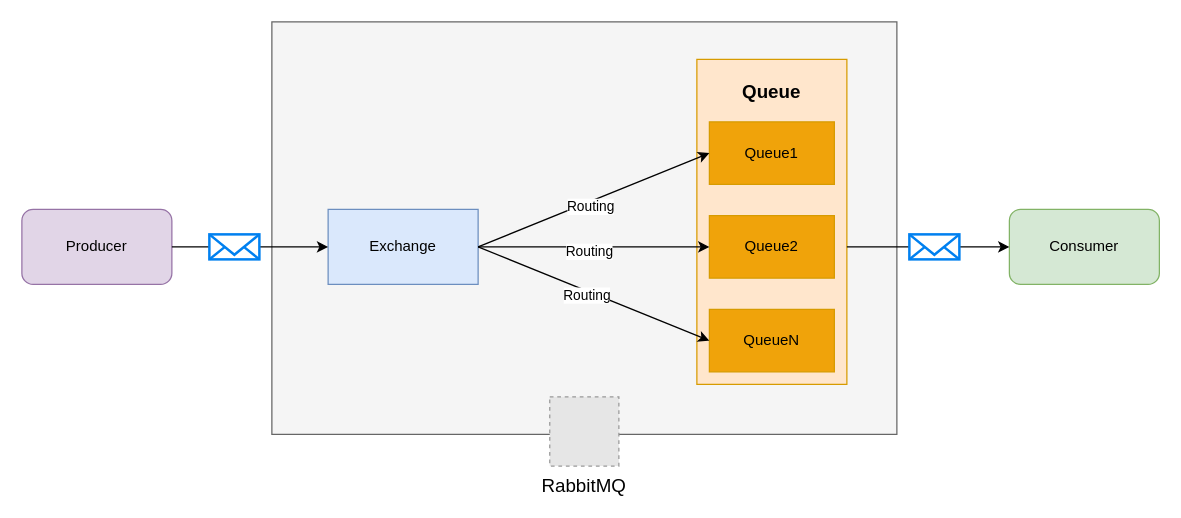
TreeStone94/drawio keeps this draw.io diagram as architecture/rabbitmq.drawio. Above is the earlier version. Source tidied: cells renumbered, new cells numbered last; positions are measured from the earlier drawing's top-left corner, leaving out a move shared by most shapes. Both pictures are drawn from the tidied source at 125%, with x=0, y=0 at pixel (21, 21). Pictures stored in the file or linked from it are replaced by grey dashed boxes.
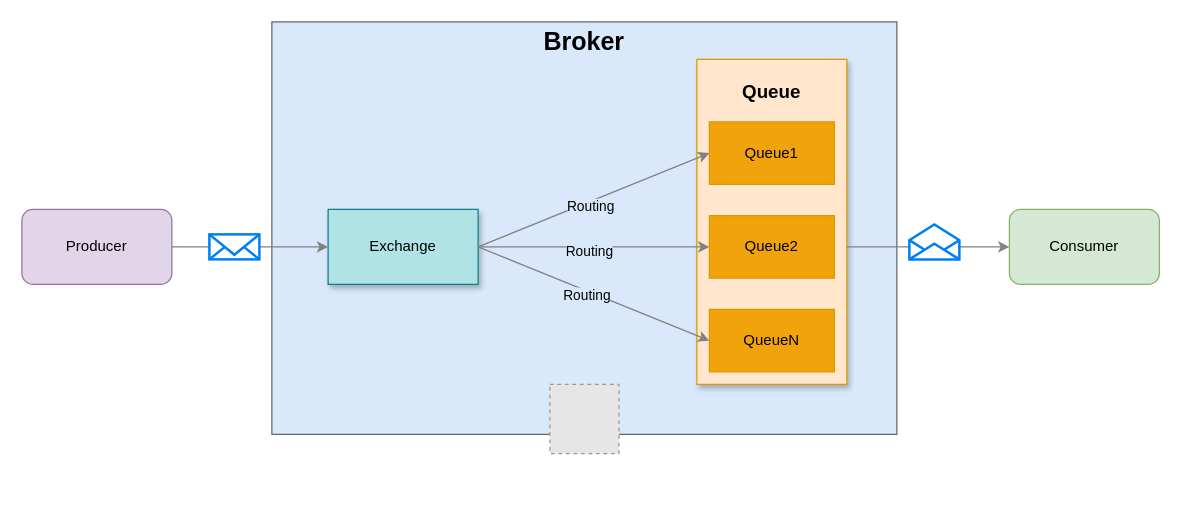
The same diagram, later.

Unchanged cells that the change refers to:
```xml
<mxCell id="4" value="Producer" style="rounded=1;whiteSpace=wrap;html=1;fillColor=#e1d5e7;strokeColor=#9673a6;" parent="1" vertex="1">
  <mxGeometry y="150" width="120" height="60" as="geometry" />
</mxCell>
<mxCell id="5" value="Consumer" style="rounded=1;whiteSpace=wrap;html=1;fillColor=#d5e8d4;strokeColor=#82b366;" parent="1" vertex="1">
  <mxGeometry x="790" y="150" width="120" height="60" as="geometry" />
</mxCell>
<mxCell id="8" value="Queue1" style="rounded=0;whiteSpace=wrap;html=1;verticalAlign=middle;fillColor=#F0A30A;strokeColor=#d79b00;" parent="1" vertex="1">
  <mxGeometry x="550" y="80" width="100" height="50" as="geometry" />
</mxCell>
<mxCell id="9" value="Queue2" style="rounded=0;whiteSpace=wrap;html=1;verticalAlign=middle;fillColor=#F0A30A;strokeColor=#D79B00;" parent="1" vertex="1">
  <mxGeometry x="550" y="155" width="100" height="50" as="geometry" />
</mxCell>
<mxCell id="10" value="QueueN" style="rounded=0;whiteSpace=wrap;html=1;verticalAlign=middle;fillColor=#F0A30A;strokeColor=#D79B00;" parent="1" vertex="1">
  <mxGeometry x="550" y="230" width="100" height="50" as="geometry" />
</mxCell>
```

Diff of the diagram source:
```diff
@@
-    <mxCell id="2" style="rounded=0;whiteSpace=wrap;html=1;fillColor=#f5f5f5;strokeColor=#666666;fontColor=#333333;" parent="1" vertex="1">
+    <mxCell id="2" style="rounded=0;whiteSpace=wrap;html=1;fillColor=#DAE8FC;strokeColor=#666666;fontColor=#333333;" parent="1" vertex="1">
       <mxGeometry x="200" width="500" height="330" as="geometry" />
     </mxCell>
-    <mxCell id="3" value="RabbitMQ" style="fillColor=#E6E6E6;strokeColor=#999999;dashed=1;verticalLabelPosition=bottom;labelBackgroundColor=#ffffff;verticalAlign=top;fontSize=15;" parent="1" vertex="1">
-      <mxGeometry x="422.3" y="300" width="55.3" height="55.3" as="geometry" />
+    <mxCell id="3" style="fillColor=#E6E6E6;strokeColor=#999999;dashed=1;verticalLabelPosition=bottom;labelBackgroundColor=#ffffff;verticalAlign=top;fontSize=15;labelPosition=center;align=center;" parent="1" vertex="1">
+      <mxGeometry x="422.4" y="290" width="55.3" height="55.3" as="geometry" />
     </mxCell>
@@
-    <mxCell id="6" value="Exchange" style="rounded=0;whiteSpace=wrap;html=1;fillColor=#dae8fc;strokeColor=#6c8ebf;" parent="1" vertex="1">
+    <mxCell id="6" value="Exchange" style="rounded=0;whiteSpace=wrap;html=1;fillColor=#b0e3e6;strokeColor=#0e8088;gradientColor=none;shadow=1;" parent="1" vertex="1">
       <mxGeometry x="245" y="150" width="120" height="60" as="geometry" />
     </mxCell>
-    <mxCell id="7" style="rounded=0;whiteSpace=wrap;html=1;fillColor=#FFE6CC;strokeColor=#d79b00;" parent="1" vertex="1">
+    <mxCell id="7" style="rounded=0;whiteSpace=wrap;html=1;fillColor=#FFE6CC;strokeColor=#d79b00;shadow=1;" parent="1" vertex="1">
       <mxGeometry x="540" y="30" width="120" height="260" as="geometry" />
     </mxCell>
@@
-    <mxCell id="12" style="endArrow=classic;html=1;rounded=0;exitX=1;exitY=0.5;exitDx=0;exitDy=0;entryX=0;entryY=0.5;entryDx=0;entryDy=0;" parent="1" edge="1" source="6" target="8">
+    <mxCell id="12" style="endArrow=classic;html=1;rounded=0;exitX=1;exitY=0.5;exitDx=0;exitDy=0;entryX=0;entryY=0.5;entryDx=0;entryDy=0;strokeColor=#828282;" parent="1" edge="1" source="6" target="8">
       <mxGeometry relative="1" as="geometry" />
     </mxCell>
-    <mxCell id="13" value="Routing" style="edgeLabel;html=1;align=center;verticalAlign=middle;" parent="12" vertex="1">
+    <mxCell id="13" value="Routing" style="edgeLabel;html=1;align=center;verticalAlign=middle;labelBackgroundColor=#DAE8FC;" parent="12" vertex="1">
       <mxGeometry x="-0.05" y="-3" relative="1" as="geometry" />
     </mxCell>
-    <mxCell id="14" style="endArrow=classic;html=1;rounded=0;entryX=0;entryY=0.5;entryDx=0;entryDy=0;exitX=1;exitY=0.5;exitDx=0;exitDy=0;" parent="1" edge="1" source="6" target="9">
+    <mxCell id="14" style="endArrow=classic;html=1;rounded=0;entryX=0;entryY=0.5;entryDx=0;entryDy=0;exitX=1;exitY=0.5;exitDx=0;exitDy=0;strokeColor=#828282;" parent="1" edge="1" source="6" target="9">
       <mxGeometry relative="1" as="geometry" />
     </mxCell>
-    <mxCell id="15" value="Routing" style="edgeLabel;html=1;align=center;verticalAlign=middle;" parent="14" vertex="1">
+    <mxCell id="15" value="Routing" style="edgeLabel;html=1;align=center;verticalAlign=middle;labelBackgroundColor=#DAE8FC;" parent="14" vertex="1">
       <mxGeometry x="-0.05" y="-3" relative="1" as="geometry" />
     </mxCell>
-    <mxCell id="16" style="endArrow=classic;html=1;rounded=0;entryX=0;entryY=0.5;entryDx=0;entryDy=0;exitX=1;exitY=0.5;exitDx=0;exitDy=0;" parent="1" edge="1" source="6" target="10">
+    <mxCell id="16" style="endArrow=classic;html=1;rounded=0;entryX=0;entryY=0.5;entryDx=0;entryDy=0;exitX=1;exitY=0.5;exitDx=0;exitDy=0;strokeColor=#828282;" parent="1" edge="1" source="6" target="10">
       <mxGeometry relative="1" as="geometry" />
     </mxCell>
-    <mxCell id="17" value="Routing" style="edgeLabel;html=1;align=center;verticalAlign=middle;" parent="16" vertex="1">
+    <mxCell id="17" value="Routing" style="edgeLabel;html=1;align=center;verticalAlign=middle;labelBackgroundColor=#DAE8FC;" parent="16" vertex="1">
       <mxGeometry x="-0.05" y="-3" relative="1" as="geometry" />
     </mxCell>
-    <mxCell id="18" style="endArrow=classic;html=1;rounded=0;exitX=1;exitY=0.5;exitDx=0;exitDy=0;" parent="1" edge="1" source="4" target="6">
+    <mxCell id="18" style="endArrow=classic;html=1;rounded=0;exitX=1;exitY=0.5;exitDx=0;exitDy=0;strokeColor=#828282;" parent="1" edge="1" source="4" target="6">
       <mxGeometry relative="1" as="geometry" />
     </mxCell>
@@
-    <mxCell id="20" style="endArrow=classic;html=1;rounded=0;exitX=1;exitY=0.5;exitDx=0;exitDy=0;" parent="1" edge="1" target="5">
+    <mxCell id="20" style="endArrow=classic;html=1;rounded=0;exitX=1;exitY=0.5;exitDx=0;exitDy=0;strokeColor=#828282;" parent="1" edge="1" target="5">
       <mxGeometry relative="1" as="geometry">
         <mxPoint x="660" y="180" as="sourcePoint" />
       </mxGeometry>
     </mxCell>
-    <mxCell id="21" style="html=1;verticalLabelPosition=bottom;align=center;labelBackgroundColor=#ffffff;verticalAlign=top;strokeWidth=2;strokeColor=#0080F0;shadow=0;dashed=0;shape=mxgraph.ios7.icons.mail;" parent="1" vertex="1">
-      <mxGeometry x="710" y="170" width="40" height="20" as="geometry" />
-    </mxCell>
+    <mxCell id="22" style="html=1;verticalLabelPosition=bottom;align=center;labelBackgroundColor=#ffffff;verticalAlign=top;strokeWidth=2;strokeColor=#0080F0;shadow=0;dashed=0;shape=mxgraph.ios7.icons.envelope_(empty);" parent="1" vertex="1">
+      <mxGeometry x="710" y="162" width="40" height="28" as="geometry" />
+    </mxCell>
+    <mxCell id="23" value="Broker" style="text;html=1;align=center;verticalAlign=middle;whiteSpace=wrap;rounded=0;fontStyle=1;fontSize=20;" parent="1" vertex="1">
+      <mxGeometry x="420" width="60" height="30" as="geometry" />
+    </mxCell>
```
